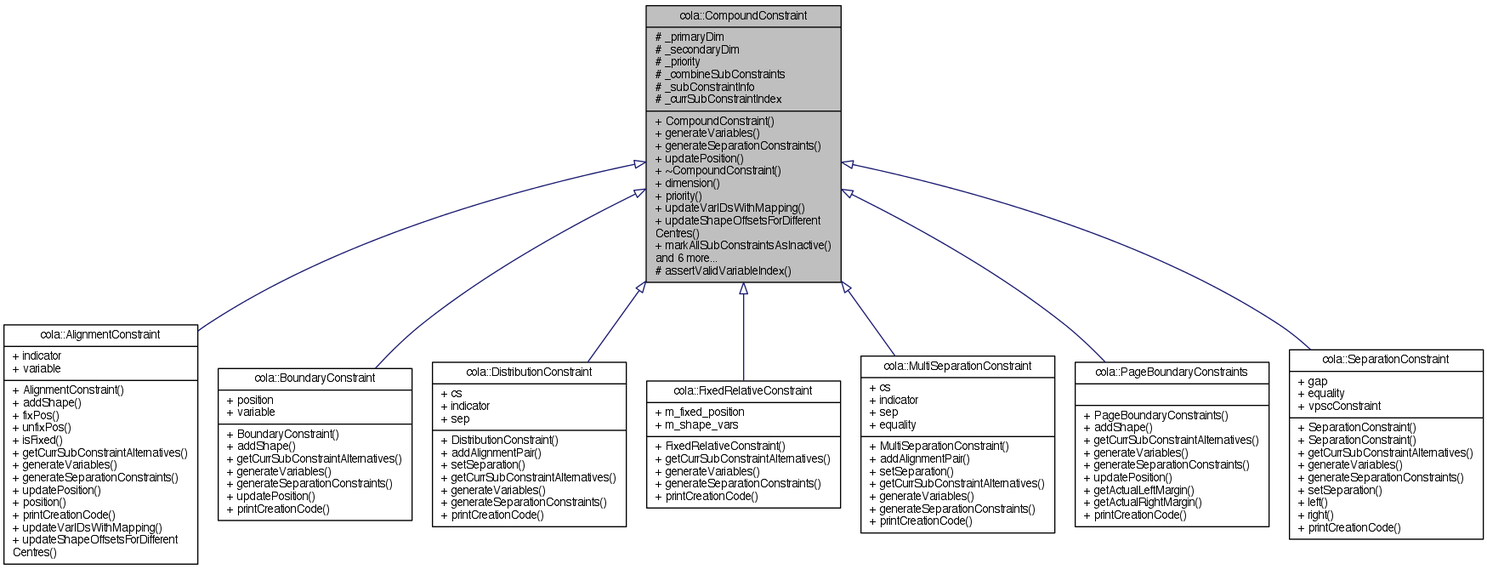
mjwybrow/adaptagrams keeps this Graphviz diagram as documentation/classcola_1_1CompoundConstraint__inherit__graph.png. Above is the earlier version. Its source is kept beside it as documentation/classcola_1_1CompoundConstraint__inherit__graph.dot.
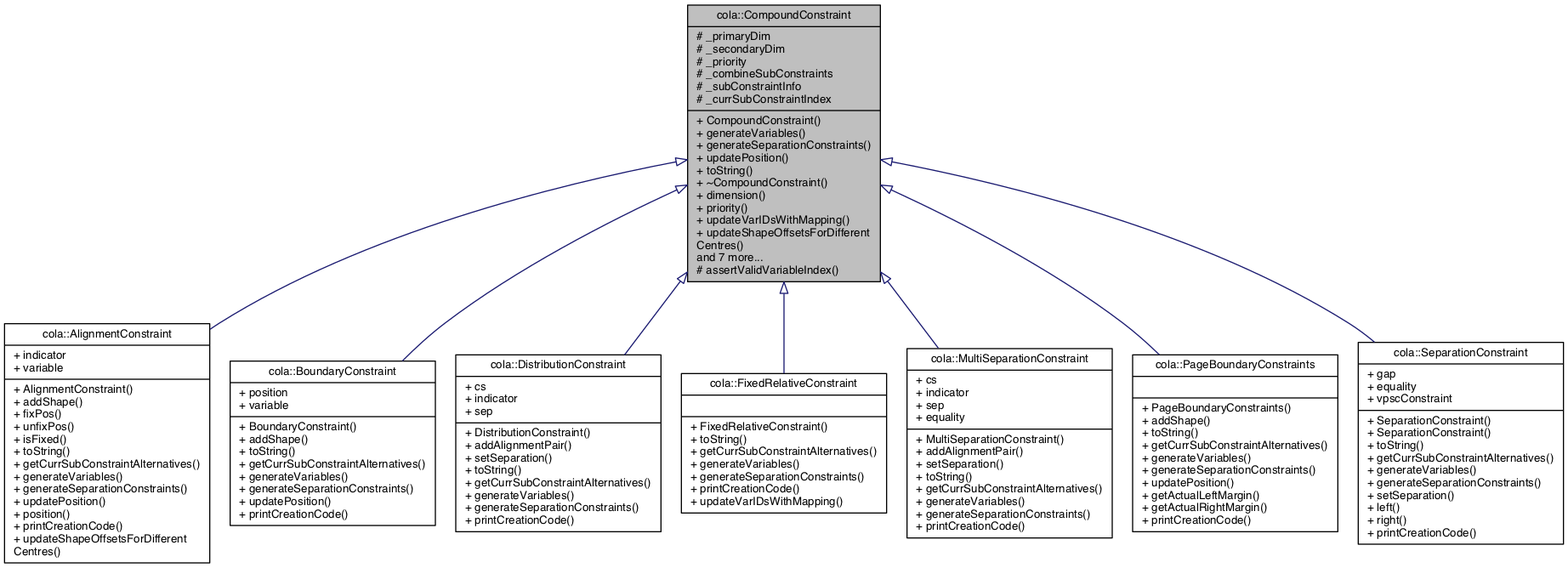
After the commit.

Diff of the diagram source:
```diff
@@ -2,19 +2,19 @@
 {
   edge [fontname="Helvetica",fontsize="10",labelfontname="Helvetica",labelfontsize="10"];
   node [fontname="Helvetica",fontsize="10",shape=record];
-  Node1 [label="{cola::CompoundConstraint\n|# _primaryDim\l# _secondaryDim\l# _priority\l# _combineSubConstraints\l# _subConstraintInfo\l# _currSubConstraintIndex\l|+ CompoundConstraint()\l+ generateVariables()\l+ generateSeparationConstraints()\l+ updatePosition()\l+ ~CompoundConstraint()\l+ dimension()\l+ priority()\l+ updateVarIDsWithMapping()\l+ updateShapeOffsetsForDifferent\lCentres()\l+ markAllSubConstraintsAsInactive()\land 6 more...\l# assertValidVariableIndex()\l}",height=0.2,width=0.4,color="black", fillcolor="grey75", style="filled" fontcolor="black"];
+  Node1 [label="{cola::CompoundConstraint\n|# _primaryDim\l# _secondaryDim\l# _priority\l# _combineSubConstraints\l# _subConstraintInfo\l# _currSubConstraintIndex\l|+ CompoundConstraint()\l+ generateVariables()\l+ generateSeparationConstraints()\l+ updatePosition()\l+ toString()\l+ ~CompoundConstraint()\l+ dimension()\l+ priority()\l+ updateVarIDsWithMapping()\l+ updateShapeOffsetsForDifferent\lCentres()\land 7 more...\l# assertValidVariableIndex()\l}",height=0.2,width=0.4,color="black", fillcolor="grey75", style="filled", fontcolor="black"];
   Node1 -> Node2 [dir="back",color="midnightblue",fontsize="10",style="solid",arrowtail="onormal",fontname="Helvetica"];
-  Node2 [label="{cola::AlignmentConstraint\n|+ indicator\l+ variable\l|+ AlignmentConstraint()\l+ addShape()\l+ fixPos()\l+ unfixPos()\l+ isFixed()\l+ getCurrSubConstraintAlternatives()\l+ generateVariables()\l+ generateSeparationConstraints()\l+ updatePosition()\l+ position()\l+ printCreationCode()\l+ updateVarIDsWithMapping()\l+ updateShapeOffsetsForDifferent\lCentres()\l}",height=0.2,width=0.4,color="black", fillcolor="white", style="filled",URL="$classcola_1_1AlignmentConstraint.html",tooltip="An alignment constraint specifies a alignment line that a set of nodes must be constrained to by an e..."];
+  Node2 [label="{cola::AlignmentConstraint\n|+ indicator\l+ variable\l|+ AlignmentConstraint()\l+ addShape()\l+ fixPos()\l+ unfixPos()\l+ isFixed()\l+ toString()\l+ getCurrSubConstraintAlternatives()\l+ generateVariables()\l+ generateSeparationConstraints()\l+ updatePosition()\l+ position()\l+ printCreationCode()\l+ updateShapeOffsetsForDifferent\lCentres()\l}",height=0.2,width=0.4,color="black", fillcolor="white", style="filled",URL="$classcola_1_1AlignmentConstraint.html",tooltip="An alignment constraint specifies a alignment line that a set of nodes must be constrained to by an e..."];
   Node1 -> Node3 [dir="back",color="midnightblue",fontsize="10",style="solid",arrowtail="onormal",fontname="Helvetica"];
-  Node3 [label="{cola::BoundaryConstraint\n|+ position\l+ variable\l|+ BoundaryConstraint()\l+ addShape()\l+ getCurrSubConstraintAlternatives()\l+ generateVariables()\l+ generateSeparationConstraints()\l+ updatePosition()\l+ printCreationCode()\l}",height=0.2,width=0.4,color="black", fillcolor="white", style="filled",URL="$classcola_1_1BoundaryConstraint.html",tooltip="A boundary constraint specifies a bounding line that a set of nodes must be either to the left or rig..."];
+  Node3 [label="{cola::BoundaryConstraint\n|+ position\l+ variable\l|+ BoundaryConstraint()\l+ addShape()\l+ toString()\l+ getCurrSubConstraintAlternatives()\l+ generateVariables()\l+ generateSeparationConstraints()\l+ updatePosition()\l+ printCreationCode()\l}",height=0.2,width=0.4,color="black", fillcolor="white", style="filled",URL="$classcola_1_1BoundaryConstraint.html",tooltip="A boundary constraint specifies a bounding line that a set of nodes must be either to the left or rig..."];
   Node1 -> Node4 [dir="back",color="midnightblue",fontsize="10",style="solid",arrowtail="onormal",fontname="Helvetica"];
-  Node4 [label="{cola::DistributionConstraint\n|+ cs\l+ indicator\l+ sep\l|+ DistributionConstraint()\l+ addAlignmentPair()\l+ setSeparation()\l+ getCurrSubConstraintAlternatives()\l+ generateVariables()\l+ generateSeparationConstraints()\l+ printCreationCode()\l}",height=0.2,width=0.4,color="black", fillcolor="white", style="filled",URL="$classcola_1_1DistributionConstraint.html",tooltip="A distribution constraint specifies an ordered set of alignment constraints and a fixed separation re..."];
+  Node4 [label="{cola::DistributionConstraint\n|+ cs\l+ indicator\l+ sep\l|+ DistributionConstraint()\l+ addAlignmentPair()\l+ setSeparation()\l+ toString()\l+ getCurrSubConstraintAlternatives()\l+ generateVariables()\l+ generateSeparationConstraints()\l+ printCreationCode()\l}",height=0.2,width=0.4,color="black", fillcolor="white", style="filled",URL="$classcola_1_1DistributionConstraint.html",tooltip="A distribution constraint specifies an ordered set of alignment constraints and a fixed separation re..."];
   Node1 -> Node5 [dir="back",color="midnightblue",fontsize="10",style="solid",arrowtail="onormal",fontname="Helvetica"];
-  Node5 [label="{cola::FixedRelativeConstraint\n|+ m_fixed_position\l+ m_shape_vars\l|+ FixedRelativeConstraint()\l+ getCurrSubConstraintAlternatives()\l+ generateVariables()\l+ generateSeparationConstraints()\l+ printCreationCode()\l}",height=0.2,width=0.4,color="black", fillcolor="white", style="filled",URL="$classcola_1_1FixedRelativeConstraint.html",tooltip="A fixed-relative constraint specifies that a group of nodes are constrained to be fixed in position r..."];
+  Node5 [label="{cola::FixedRelativeConstraint\n||+ FixedRelativeConstraint()\l+ toString()\l+ getCurrSubConstraintAlternatives()\l+ generateVariables()\l+ generateSeparationConstraints()\l+ printCreationCode()\l+ updateVarIDsWithMapping()\l}",height=0.2,width=0.4,color="black", fillcolor="white", style="filled",URL="$classcola_1_1FixedRelativeConstraint.html",tooltip="A fixed-relative constraint specifies that a group of nodes are constrained to be fixed in position r..."];
   Node1 -> Node6 [dir="back",color="midnightblue",fontsize="10",style="solid",arrowtail="onormal",fontname="Helvetica"];
-  Node6 [label="{cola::MultiSeparationConstraint\n|+ cs\l+ indicator\l+ sep\l+ equality\l|+ MultiSeparationConstraint()\l+ addAlignmentPair()\l+ setSeparation()\l+ getCurrSubConstraintAlternatives()\l+ generateVariables()\l+ generateSeparationConstraints()\l+ printCreationCode()\l}",height=0.2,width=0.4,color="black", fillcolor="white", style="filled",URL="$classcola_1_1MultiSeparationConstraint.html",tooltip="A multi-separation constraint Specifies a set of horizontal or vertical equal spacing constraints bet..."];
+  Node6 [label="{cola::MultiSeparationConstraint\n|+ cs\l+ indicator\l+ sep\l+ equality\l|+ MultiSeparationConstraint()\l+ addAlignmentPair()\l+ setSeparation()\l+ toString()\l+ getCurrSubConstraintAlternatives()\l+ generateVariables()\l+ generateSeparationConstraints()\l+ printCreationCode()\l}",height=0.2,width=0.4,color="black", fillcolor="white", style="filled",URL="$classcola_1_1MultiSeparationConstraint.html",tooltip="A multi-separation constraint Specifies a set of horizontal or vertical equal spacing constraints bet..."];
   Node1 -> Node7 [dir="back",color="midnightblue",fontsize="10",style="solid",arrowtail="onormal",fontname="Helvetica"];
-  Node7 [label="{cola::PageBoundaryConstraints\n||+ PageBoundaryConstraints()\l+ addShape()\l+ getCurrSubConstraintAlternatives()\l+ generateVariables()\l+ generateSeparationConstraints()\l+ updatePosition()\l+ getActualLeftMargin()\l+ getActualRightMargin()\l+ printCreationCode()\l}",height=0.2,width=0.4,color="black", fillcolor="white", style="filled",URL="$classcola_1_1PageBoundaryConstraints.html",tooltip="A page boundary contraint specifies constraints that attempt to keep the given nodes within a defined..."];
+  Node7 [label="{cola::PageBoundaryConstraints\n||+ PageBoundaryConstraints()\l+ addShape()\l+ toString()\l+ getCurrSubConstraintAlternatives()\l+ generateVariables()\l+ generateSeparationConstraints()\l+ updatePosition()\l+ getActualLeftMargin()\l+ getActualRightMargin()\l+ printCreationCode()\l}",height=0.2,width=0.4,color="black", fillcolor="white", style="filled",URL="$classcola_1_1PageBoundaryConstraints.html",tooltip="A page boundary contraint specifies constraints that attempt to keep the given nodes within a defined..."];
   Node1 -> Node8 [dir="back",color="midnightblue",fontsize="10",style="solid",arrowtail="onormal",fontname="Helvetica"];
-  Node8 [label="{cola::SeparationConstraint\n|+ gap\l+ equality\l+ vpscConstraint\l|+ SeparationConstraint()\l+ SeparationConstraint()\l+ getCurrSubConstraintAlternatives()\l+ generateVariables()\l+ generateSeparationConstraints()\l+ setSeparation()\l+ left()\l+ right()\l+ printCreationCode()\l}",height=0.2,width=0.4,color="black", fillcolor="white", style="filled",URL="$classcola_1_1SeparationConstraint.html",tooltip="A separation constraint specifies a simple horizontal or vertical spacing constraint between 2 nodes ..."];
+  Node8 [label="{cola::SeparationConstraint\n|+ gap\l+ equality\l+ vpscConstraint\l|+ SeparationConstraint()\l+ SeparationConstraint()\l+ toString()\l+ getCurrSubConstraintAlternatives()\l+ generateVariables()\l+ generateSeparationConstraints()\l+ setSeparation()\l+ left()\l+ right()\l+ printCreationCode()\l}",height=0.2,width=0.4,color="black", fillcolor="white", style="filled",URL="$classcola_1_1SeparationConstraint.html",tooltip="A separation constraint specifies a simple horizontal or vertical spacing constraint between 2 nodes ..."];
 }
```
